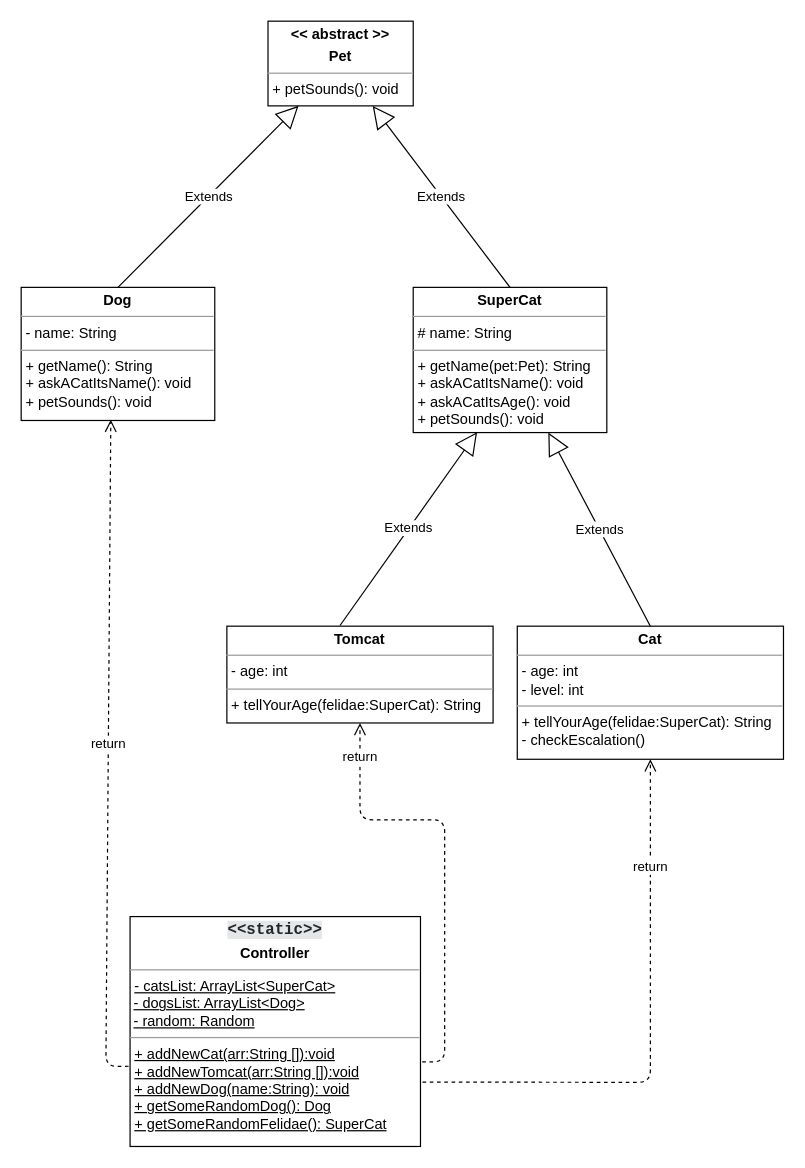
This is AskACat.drawio from HolgerSin/12b_AskACat_2, a draw.io file, before an edit. Source tidied: cells renumbered, new cells numbered last; positions are measured from the earlier drawing's top-left corner, leaving out a move shared by most shapes. Both pictures are drawn from the tidied source at 121%, with x=0, y=0 at pixel (21, 21).
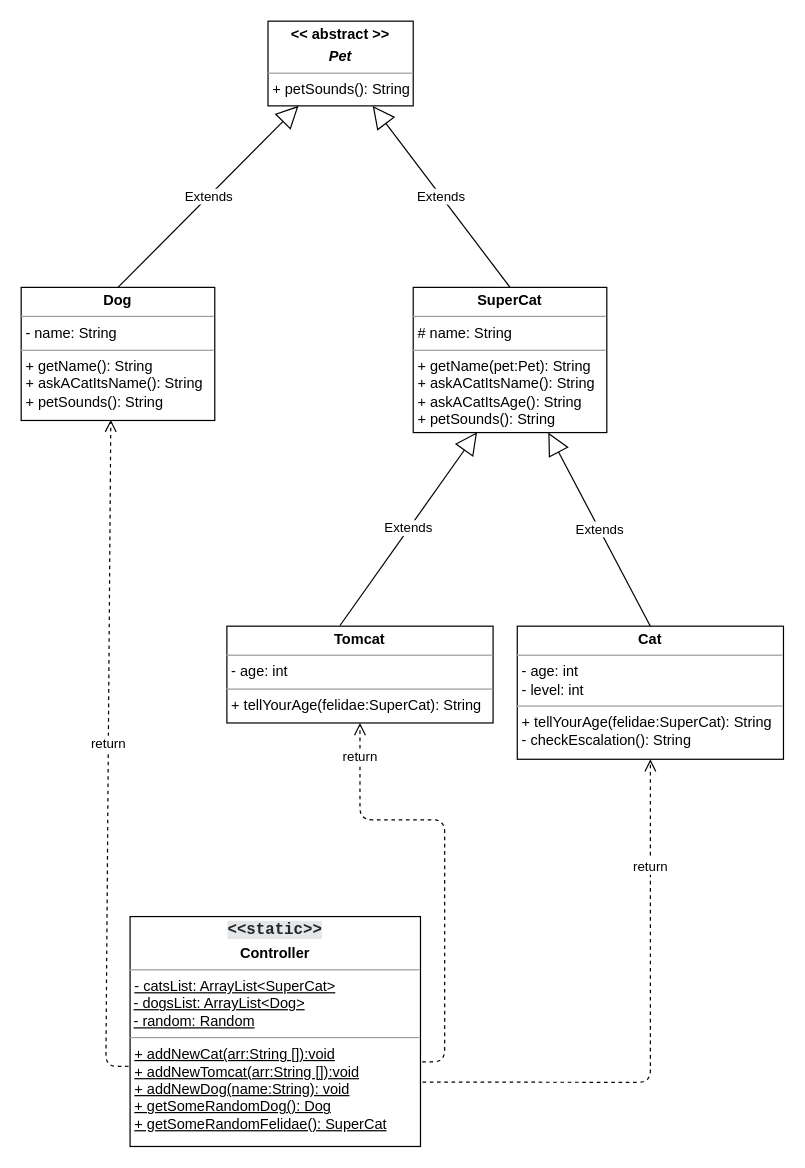
The same page after the edit.

The edit, as a diff of the source:
```diff
@@
 <mxGraphModel>
   <root>
     <mxCell id="0" />
     <mxCell id="1" parent="0" />
-    <mxCell id="2" value="&lt;p style=&quot;margin: 0px ; margin-top: 4px ; text-align: center&quot;&gt;&lt;b&gt;SuperCat&lt;/b&gt;&lt;/p&gt;&lt;hr size=&quot;1&quot;&gt;&lt;p style=&quot;margin: 0px ; margin-left: 4px&quot;&gt;# name: String&lt;/p&gt;&lt;hr size=&quot;1&quot;&gt;&lt;p style=&quot;margin: 0px ; margin-left: 4px&quot;&gt;&lt;span&gt;+ getName(pet:Pet): String&lt;/span&gt;&lt;br&gt;&lt;/p&gt;&lt;p style=&quot;margin: 0px ; margin-left: 4px&quot;&gt;+ askACatItsName(): void&lt;br&gt;&lt;/p&gt;&lt;p style=&quot;margin: 0px ; margin-left: 4px&quot;&gt;+ askACatItsAge(): void&lt;br&gt;&lt;/p&gt;&lt;p style=&quot;margin: 0px ; margin-left: 4px&quot;&gt;+ petSounds(): void&lt;br&gt;&lt;/p&gt;" style="verticalAlign=top;align=left;overflow=fill;fontSize=12;fontFamily=Helvetica;html=1;" parent="1" vertex="1">
+    <mxCell id="2" value="&lt;p style=&quot;margin: 0px ; margin-top: 4px ; text-align: center&quot;&gt;&lt;b&gt;SuperCat&lt;/b&gt;&lt;/p&gt;&lt;hr size=&quot;1&quot;&gt;&lt;p style=&quot;margin: 0px ; margin-left: 4px&quot;&gt;# name: String&lt;/p&gt;&lt;hr size=&quot;1&quot;&gt;&lt;p style=&quot;margin: 0px ; margin-left: 4px&quot;&gt;&lt;span&gt;+ getName(pet:Pet): String&lt;/span&gt;&lt;br&gt;&lt;/p&gt;&lt;p style=&quot;margin: 0px ; margin-left: 4px&quot;&gt;+ askACatItsName(): String&lt;br&gt;&lt;/p&gt;&lt;p style=&quot;margin: 0px ; margin-left: 4px&quot;&gt;+ askACatItsAge(): String&lt;br&gt;&lt;/p&gt;&lt;p style=&quot;margin: 0px ; margin-left: 4px&quot;&gt;+ petSounds(): String&lt;br&gt;&lt;/p&gt;" style="verticalAlign=top;align=left;overflow=fill;fontSize=12;fontFamily=Helvetica;html=1;" parent="1" vertex="1">
       <mxGeometry x="324" y="220" width="160" height="120" as="geometry" />
     </mxCell>
     <mxCell id="3" value="&lt;p style=&quot;margin: 0px ; margin-top: 4px ; text-align: center&quot;&gt;&lt;span style=&quot;color: rgb(36 , 39 , 41) ; font-family: &amp;#34;consolas&amp;#34; , &amp;#34;menlo&amp;#34; , &amp;#34;monaco&amp;#34; , &amp;#34;lucida console&amp;#34; , &amp;#34;liberation mono&amp;#34; , &amp;#34;dejavu sans mono&amp;#34; , &amp;#34;bitstream vera sans mono&amp;#34; , &amp;#34;courier new&amp;#34; , monospace , sans-serif ; font-size: 13px ; text-align: left ; background-color: rgb(228 , 230 , 232)&quot;&gt;&lt;b&gt;&amp;lt;&amp;lt;static&amp;gt;&amp;gt;&lt;/b&gt;&lt;/span&gt;&lt;b&gt;&lt;br&gt;&lt;/b&gt;&lt;/p&gt;&lt;p style=&quot;margin: 0px ; margin-top: 4px ; text-align: center&quot;&gt;&lt;b&gt;Controller&lt;/b&gt;&lt;/p&gt;&lt;hr size=&quot;1&quot;&gt;&lt;p style=&quot;margin: 0px ; margin-left: 4px&quot;&gt;&lt;u&gt;- catsList: ArrayList&amp;lt;SuperCat&amp;gt;&lt;/u&gt;&lt;/p&gt;&amp;nbsp;&lt;u&gt;- dogsList: ArrayList&amp;lt;Dog&amp;gt;&lt;/u&gt;&lt;br&gt;&amp;nbsp;&lt;u&gt;- random: Random&lt;/u&gt;&lt;br&gt;&lt;hr size=&quot;1&quot;&gt;&lt;p style=&quot;margin: 0px ; margin-left: 4px&quot;&gt;&lt;u&gt;+ addNewCat(arr:String []):void&lt;/u&gt;&lt;br&gt;&lt;/p&gt;&lt;p style=&quot;margin: 0px ; margin-left: 4px&quot;&gt;&lt;u&gt;+ addNewTomcat(arr:String []):void&lt;/u&gt;&lt;/p&gt;&lt;p style=&quot;margin: 0px ; margin-left: 4px&quot;&gt;&lt;u&gt;+ addNewDog(name:String): void&lt;br&gt;&lt;/u&gt;&lt;/p&gt;&lt;p style=&quot;margin: 0px ; margin-left: 4px&quot;&gt;&lt;u&gt;+ getSomeRandomDog(): Dog&lt;br&gt;&lt;/u&gt;&lt;/p&gt;&lt;p style=&quot;margin: 0px ; margin-left: 4px&quot;&gt;&lt;u&gt;+ getSomeRandomFelidae(): SuperCat&lt;/u&gt;&lt;/p&gt;&lt;p style=&quot;margin: 0px ; margin-left: 4px&quot;&gt;&lt;br&gt;&lt;/p&gt;" style="verticalAlign=top;align=left;overflow=fill;fontSize=12;fontFamily=Helvetica;html=1;" parent="1" vertex="1">
       <mxGeometry x="90" y="740" width="240" height="190" as="geometry" />
     </mxCell>
-    <mxCell id="4" value="&lt;p style=&quot;margin: 0px ; margin-top: 4px ; text-align: center&quot;&gt;&lt;b&gt;Dog&lt;/b&gt;&lt;/p&gt;&lt;hr size=&quot;1&quot;&gt;&lt;p style=&quot;margin: 0px ; margin-left: 4px&quot;&gt;- name: String&lt;/p&gt;&lt;hr size=&quot;1&quot;&gt;&lt;p style=&quot;margin: 0px ; margin-left: 4px&quot;&gt;&lt;span&gt;+ getName(): String&lt;/span&gt;&lt;/p&gt;&lt;p style=&quot;margin: 0px ; margin-left: 4px&quot;&gt;&lt;span&gt;+ askACatItsName(): void&lt;/span&gt;&lt;br&gt;&lt;/p&gt;&lt;p style=&quot;margin: 0px ; margin-left: 4px&quot;&gt;+ petSounds(): void&lt;br&gt;&lt;/p&gt;" style="verticalAlign=top;align=left;overflow=fill;fontSize=12;fontFamily=Helvetica;html=1;" parent="1" vertex="1">
+    <mxCell id="4" value="&lt;p style=&quot;margin: 0px ; margin-top: 4px ; text-align: center&quot;&gt;&lt;b&gt;Dog&lt;/b&gt;&lt;/p&gt;&lt;hr size=&quot;1&quot;&gt;&lt;p style=&quot;margin: 0px ; margin-left: 4px&quot;&gt;- name: String&lt;/p&gt;&lt;hr size=&quot;1&quot;&gt;&lt;p style=&quot;margin: 0px ; margin-left: 4px&quot;&gt;&lt;span&gt;+ getName(): String&lt;/span&gt;&lt;/p&gt;&lt;p style=&quot;margin: 0px ; margin-left: 4px&quot;&gt;&lt;span&gt;+ askACatItsName(): String&lt;/span&gt;&lt;br&gt;&lt;/p&gt;&lt;p style=&quot;margin: 0px ; margin-left: 4px&quot;&gt;+ petSounds(): String&lt;br&gt;&lt;/p&gt;" style="verticalAlign=top;align=left;overflow=fill;fontSize=12;fontFamily=Helvetica;html=1;" parent="1" vertex="1">
       <mxGeometry y="220" width="160" height="110" as="geometry" />
     </mxCell>
-    <mxCell id="5" value="&lt;p style=&quot;margin: 0px ; margin-top: 4px ; text-align: center&quot;&gt;&lt;b&gt;&amp;lt;&amp;lt; abstract &amp;gt;&amp;gt;&lt;/b&gt;&lt;/p&gt;&lt;p style=&quot;margin: 0px ; margin-top: 4px ; text-align: center&quot;&gt;&lt;b&gt;Pet&lt;/b&gt;&lt;/p&gt;&lt;hr size=&quot;1&quot;&gt;&lt;p style=&quot;margin: 0px ; margin-left: 4px&quot;&gt;&lt;span&gt;+ petSounds(): void&lt;/span&gt;&lt;br&gt;&lt;/p&gt;" style="verticalAlign=top;align=left;overflow=fill;fontSize=12;fontFamily=Helvetica;html=1;" parent="1" vertex="1">
+    <mxCell id="5" value="&lt;p style=&quot;margin: 0px ; margin-top: 4px ; text-align: center&quot;&gt;&lt;b&gt;&amp;lt;&amp;lt; abstract &amp;gt;&amp;gt;&lt;/b&gt;&lt;/p&gt;&lt;p style=&quot;margin: 0px ; margin-top: 4px ; text-align: center&quot;&gt;&lt;b&gt;&lt;i&gt;Pet&lt;/i&gt;&lt;/b&gt;&lt;/p&gt;&lt;hr size=&quot;1&quot;&gt;&lt;p style=&quot;margin: 0px ; margin-left: 4px&quot;&gt;&lt;span&gt;+ petSounds(): String&lt;/span&gt;&lt;br&gt;&lt;/p&gt;" style="verticalAlign=top;align=left;overflow=fill;fontSize=12;fontFamily=Helvetica;html=1;" parent="1" vertex="1">
       <mxGeometry x="204" width="120" height="70" as="geometry" />
     </mxCell>
     <mxCell id="6" value="Extends" style="endArrow=block;endSize=16;endFill=0;html=1;exitX=0.5;exitY=0;exitDx=0;exitDy=0;" parent="1" edge="1" source="2" target="5">
       <mxGeometry relative="1" as="geometry" />
     </mxCell>
     <mxCell id="7" value="Extends" style="endArrow=block;endSize=16;endFill=0;html=1;exitX=0.5;exitY=0;exitDx=0;exitDy=0;" parent="1" edge="1" source="4" target="5">
       <mxGeometry relative="1" as="geometry" />
     </mxCell>
     <mxCell id="8" value="return" style="html=1;verticalAlign=bottom;endArrow=open;dashed=1;endSize=8;entryX=0.463;entryY=0.994;entryDx=0;entryDy=0;entryPerimeter=0;exitX=-0.005;exitY=0.651;exitDx=0;exitDy=0;exitPerimeter=0;" parent="1" edge="1" source="3" target="4">
       <mxGeometry relative="1" as="geometry">
         <Array as="points">
           <mxPoint x="70" y="864" />
         </Array>
       </mxGeometry>
     </mxCell>
-    <mxCell id="9" value="&lt;p style=&quot;margin: 0px ; margin-top: 4px ; text-align: center&quot;&gt;&lt;b&gt;Cat&lt;/b&gt;&lt;/p&gt;&lt;hr size=&quot;1&quot;&gt;&lt;p style=&quot;margin: 0px ; margin-left: 4px&quot;&gt;- age: int&lt;/p&gt;&lt;p style=&quot;margin: 0px ; margin-left: 4px&quot;&gt;- level: int&lt;br&gt;&lt;/p&gt;&lt;hr size=&quot;1&quot;&gt;&lt;p style=&quot;margin: 0px ; margin-left: 4px&quot;&gt;+ tellYourAge(felidae:SuperCat&lt;span&gt;): String&lt;/span&gt;&lt;/p&gt;&lt;p style=&quot;margin: 0px ; margin-left: 4px&quot;&gt;-&amp;nbsp;checkEscalation()&lt;/p&gt;" style="verticalAlign=top;align=left;overflow=fill;fontSize=12;fontFamily=Helvetica;html=1;" parent="1" vertex="1">
+    <mxCell id="9" value="&lt;p style=&quot;margin: 0px ; margin-top: 4px ; text-align: center&quot;&gt;&lt;b&gt;Cat&lt;/b&gt;&lt;/p&gt;&lt;hr size=&quot;1&quot;&gt;&lt;p style=&quot;margin: 0px ; margin-left: 4px&quot;&gt;- age: int&lt;/p&gt;&lt;p style=&quot;margin: 0px ; margin-left: 4px&quot;&gt;- level: int&lt;br&gt;&lt;/p&gt;&lt;hr size=&quot;1&quot;&gt;&lt;p style=&quot;margin: 0px ; margin-left: 4px&quot;&gt;+ tellYourAge(felidae:SuperCat&lt;span&gt;): String&lt;/span&gt;&lt;/p&gt;&lt;p style=&quot;margin: 0px ; margin-left: 4px&quot;&gt;-&amp;nbsp;checkEscalation(): String&lt;/p&gt;" style="verticalAlign=top;align=left;overflow=fill;fontSize=12;fontFamily=Helvetica;html=1;" parent="1" vertex="1">
       <mxGeometry x="410" y="500" width="220" height="110" as="geometry" />
     </mxCell>
     <mxCell id="10" value="&lt;p style=&quot;margin: 0px ; margin-top: 4px ; text-align: center&quot;&gt;&lt;b&gt;Tomcat&lt;/b&gt;&lt;/p&gt;&lt;hr size=&quot;1&quot;&gt;&lt;p style=&quot;margin: 0px ; margin-left: 4px&quot;&gt;- age: int&lt;/p&gt;&lt;hr size=&quot;1&quot;&gt;&lt;p style=&quot;margin: 0px ; margin-left: 4px&quot;&gt;&lt;span&gt;+ tellYourAge(felidae:SuperCat&lt;/span&gt;&lt;span&gt;): String&lt;/span&gt;&lt;/p&gt;&lt;p style=&quot;margin: 0px ; margin-left: 4px&quot;&gt;&lt;br&gt;&lt;/p&gt;" style="verticalAlign=top;align=left;overflow=fill;fontSize=12;fontFamily=Helvetica;html=1;" parent="1" vertex="1">
       <mxGeometry x="170" y="500" width="220" height="80" as="geometry" />
     </mxCell>
     <mxCell id="11" value="Extends" style="endArrow=block;endSize=16;endFill=0;html=1;exitX=0.425;exitY=-0.007;exitDx=0;exitDy=0;exitPerimeter=0;entryX=0.33;entryY=0.997;entryDx=0;entryDy=0;entryPerimeter=0;" parent="1" edge="1" source="10" target="2">
       <mxGeometry relative="1" as="geometry" />
     </mxCell>
     <mxCell id="12" value="Extends" style="endArrow=block;endSize=16;endFill=0;html=1;exitX=0.5;exitY=0;exitDx=0;exitDy=0;" parent="1" edge="1" source="9" target="2">
       <mxGeometry relative="1" as="geometry" />
     </mxCell>
     <mxCell id="13" value="return" style="html=1;verticalAlign=bottom;endArrow=open;dashed=1;endSize=8;exitX=1.007;exitY=0.72;exitDx=0;exitDy=0;exitPerimeter=0;entryX=0.5;entryY=1;entryDx=0;entryDy=0;" parent="1" edge="1" source="3" target="9">
       <mxGeometry x="0.57" relative="1" as="geometry">
         <Array as="points">
           <mxPoint x="520" y="877" />
         </Array>
       </mxGeometry>
     </mxCell>
     <mxCell id="14" value="return" style="html=1;verticalAlign=bottom;endArrow=open;dashed=1;endSize=8;exitX=1.006;exitY=0.632;exitDx=0;exitDy=0;exitPerimeter=0;entryX=0.5;entryY=1;entryDx=0;entryDy=0;" parent="1" edge="1" source="3" target="10">
       <mxGeometry x="0.8" relative="1" as="geometry">
         <Array as="points">
           <mxPoint x="350" y="860" />
           <mxPoint x="350" y="660" />
           <mxPoint x="280" y="660" />
         </Array>
       </mxGeometry>
     </mxCell>
   </root>
 </mxGraphModel>
```
